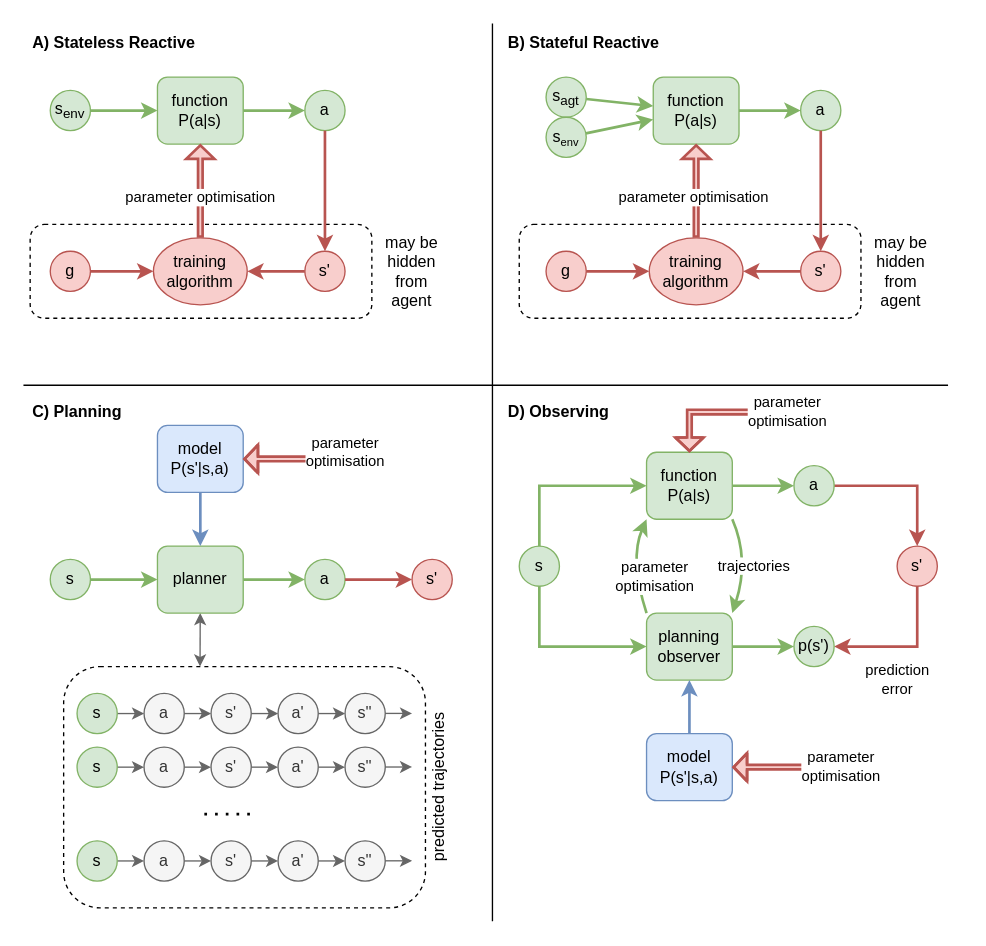
Earlier version of the draw.io diagram page "ext-control-algs" (2 of 11) of files/A-coherent-theory-v1.drawio (malcolmlett/malcolmlett.github.io). Source tidied: cells renumbered, new cells numbered last; positions are measured from the earlier drawing's top-left corner, leaving out a move shared by most shapes. Both pictures are drawn from the tidied source at 134%, with x=0, y=0 at pixel (23, 23).
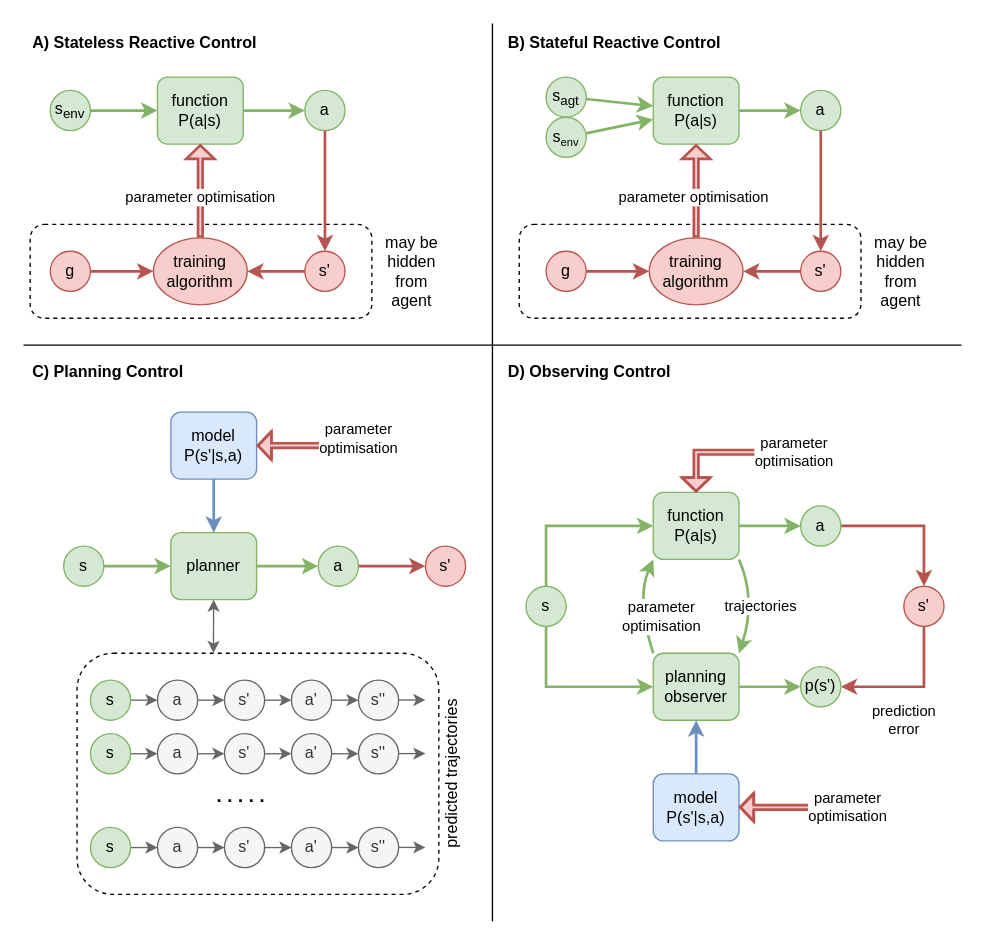
The same diagram, later.

Commit message (it also covers changes not shown here):
WIP cp-control-algs

Diff of the diagram source:
```diff
@@
-    <mxCell id="11" value="&lt;b&gt;A) Stateless Reactive&lt;/b&gt;" style="text;html=1;strokeColor=none;fillColor=none;align=left;verticalAlign=middle;whiteSpace=wrap;rounded=0;" parent="1" vertex="1">
-      <mxGeometry x="5" width="130" height="30" as="geometry" />
+    <mxCell id="11" value="&lt;b&gt;A) Stateless Reactive Control&lt;/b&gt;" style="text;html=1;strokeColor=none;fillColor=none;align=left;verticalAlign=middle;whiteSpace=wrap;rounded=0;" parent="1" vertex="1">
+      <mxGeometry x="5" width="255" height="30" as="geometry" />
     </mxCell>
@@
-    <mxCell id="22" value="&lt;b&gt;B) Stateful Reactive&lt;/b&gt;" style="text;html=1;strokeColor=none;fillColor=none;align=left;verticalAlign=middle;whiteSpace=wrap;rounded=0;" parent="1" vertex="1">
-      <mxGeometry x="360" width="130" height="30" as="geometry" />
+    <mxCell id="22" value="&lt;b&gt;B) Stateful Reactive Control&lt;/b&gt;" style="text;html=1;strokeColor=none;fillColor=none;align=left;verticalAlign=middle;whiteSpace=wrap;rounded=0;" parent="1" vertex="1">
+      <mxGeometry x="360" width="260" height="30" as="geometry" />
     </mxCell>
@@
     <mxCell id="31" value="planner" style="rounded=1;whiteSpace=wrap;html=1;fillColor=#d5e8d4;strokeColor=#82b366;" parent="1" vertex="1">
-      <mxGeometry x="100" y="390" width="64" height="50" as="geometry" />
+      <mxGeometry x="110" y="380" width="64" height="50" as="geometry" />
     </mxCell>
     <mxCell id="32" value="a" style="ellipse;whiteSpace=wrap;html=1;fillColor=#d5e8d4;strokeColor=#82b366;" parent="1" vertex="1">
-      <mxGeometry x="210" y="400" width="30" height="30" as="geometry" />
+      <mxGeometry x="220" y="390" width="30" height="30" as="geometry" />
     </mxCell>
     <mxCell id="33" value="s" style="ellipse;whiteSpace=wrap;html=1;fillColor=#d5e8d4;strokeColor=#82b366;" parent="1" vertex="1">
-      <mxGeometry x="20" y="400" width="30" height="30" as="geometry" />
+      <mxGeometry x="30" y="390" width="30" height="30" as="geometry" />
     </mxCell>
@@
-    <mxCell id="35" value="&lt;b&gt;C) Planning&lt;/b&gt;" style="text;html=1;strokeColor=none;fillColor=none;align=left;verticalAlign=middle;whiteSpace=wrap;rounded=0;" parent="1" vertex="1">
-      <mxGeometry x="5" y="280" width="130" height="20" as="geometry" />
+    <mxCell id="35" value="&lt;b&gt;C) Planning Control&lt;/b&gt;" style="text;html=1;strokeColor=none;fillColor=none;align=left;verticalAlign=middle;whiteSpace=wrap;rounded=0;" parent="1" vertex="1">
+      <mxGeometry x="5" y="250" width="235" height="20" as="geometry" />
     </mxCell>
     <mxCell id="36" style="endArrow=none;html=1;rounded=0;strokeWidth=1;" parent="1" edge="1">
       <mxGeometry relative="1" as="geometry">
-        <mxPoint y="270" as="sourcePoint" />
-        <mxPoint x="690" y="270" as="targetPoint" />
+        <mxPoint y="240" as="sourcePoint" />
+        <mxPoint x="700" y="240" as="targetPoint" />
       </mxGeometry>
     </mxCell>
@@
     <mxCell id="38" value="model&lt;br&gt;P(s'|s,a)" style="rounded=1;whiteSpace=wrap;html=1;fillColor=#dae8fc;strokeColor=#6c8ebf;" parent="1" vertex="1">
-      <mxGeometry x="100" y="300" width="64" height="50" as="geometry" />
+      <mxGeometry x="110" y="290" width="64" height="50" as="geometry" />
     </mxCell>
     <mxCell id="39" value="s'" style="ellipse;whiteSpace=wrap;html=1;fillColor=#f8cecc;strokeColor=#b85450;" parent="1" vertex="1">
-      <mxGeometry x="290" y="400" width="30" height="30" as="geometry" />
+      <mxGeometry x="300" y="390" width="30" height="30" as="geometry" />
     </mxCell>
@@
     <mxCell id="41" value="parameter&lt;br&gt;optimisation" style="edgeStyle=orthogonalEdgeStyle;rounded=0;jettySize=auto;html=1;strokeWidth=2;fillColor=#f8cecc;strokeColor=#b85450;shape=flexArrow;width=2.4;endSize=2.67;endWidth=15.6;entryX=1;entryY=0.5;entryDx=0;entryDy=0;" parent="1" edge="1" target="38">
       <mxGeometry x="-0.88" y="-5" relative="1" as="geometry">
-        <mxPoint x="240" y="330" as="sourcePoint" />
+        <mxPoint x="250" y="320" as="sourcePoint" />
         <Array as="points">
-          <mxPoint x="240" y="325" />
+          <mxPoint x="250" y="315" />
         </Array>
       </mxGeometry>
     </mxCell>
@@
     <mxCell id="46" style="rounded=1;whiteSpace=wrap;html=1;dashed=1;" parent="1" vertex="1">
-      <mxGeometry x="30" y="480" width="270" height="180" as="geometry" />
+      <mxGeometry x="40" y="470" width="270" height="180" as="geometry" />
     </mxCell>
@@
     <mxCell id="48" value="s" style="ellipse;whiteSpace=wrap;html=1;fillColor=#d5e8d4;strokeColor=#82b366;" parent="1" vertex="1">
-      <mxGeometry x="40" y="500" width="30" height="30" as="geometry" />
+      <mxGeometry x="50" y="490" width="30" height="30" as="geometry" />
     </mxCell>
@@
     <mxCell id="50" value="a" style="ellipse;whiteSpace=wrap;html=1;fillColor=#f5f5f5;strokeColor=#666666;fontColor=#333333;" parent="1" vertex="1">
-      <mxGeometry x="90" y="500" width="30" height="30" as="geometry" />
+      <mxGeometry x="100" y="490" width="30" height="30" as="geometry" />
     </mxCell>
@@
     <mxCell id="52" value="s'" style="ellipse;whiteSpace=wrap;html=1;fillColor=#f5f5f5;strokeColor=#666666;fontColor=#333333;" parent="1" vertex="1">
-      <mxGeometry x="140" y="500" width="30" height="30" as="geometry" />
+      <mxGeometry x="150" y="490" width="30" height="30" as="geometry" />
     </mxCell>
@@
     <mxCell id="54" value="a'" style="ellipse;whiteSpace=wrap;html=1;fillColor=#f5f5f5;strokeColor=#666666;fontColor=#333333;" parent="1" vertex="1">
-      <mxGeometry x="190" y="500" width="30" height="30" as="geometry" />
+      <mxGeometry x="200" y="490" width="30" height="30" as="geometry" />
     </mxCell>
     <mxCell id="55" value="s''" style="ellipse;whiteSpace=wrap;html=1;fillColor=#f5f5f5;strokeColor=#666666;fontColor=#333333;" parent="1" vertex="1">
-      <mxGeometry x="240" y="500" width="30" height="30" as="geometry" />
+      <mxGeometry x="250" y="490" width="30" height="30" as="geometry" />
     </mxCell>
@@
     <mxCell id="57" value="s" style="ellipse;whiteSpace=wrap;html=1;fillColor=#d5e8d4;strokeColor=#82b366;" parent="1" vertex="1">
-      <mxGeometry x="40" y="540" width="30" height="30" as="geometry" />
+      <mxGeometry x="50" y="530" width="30" height="30" as="geometry" />
     </mxCell>
@@
     <mxCell id="59" value="a" style="ellipse;whiteSpace=wrap;html=1;fillColor=#f5f5f5;strokeColor=#666666;fontColor=#333333;" parent="1" vertex="1">
-      <mxGeometry x="90" y="540" width="30" height="30" as="geometry" />
+      <mxGeometry x="100" y="530" width="30" height="30" as="geometry" />
     </mxCell>
@@
     <mxCell id="61" value="s'" style="ellipse;whiteSpace=wrap;html=1;fillColor=#f5f5f5;strokeColor=#666666;fontColor=#333333;" parent="1" vertex="1">
-      <mxGeometry x="140" y="540" width="30" height="30" as="geometry" />
+      <mxGeometry x="150" y="530" width="30" height="30" as="geometry" />
     </mxCell>
@@
     <mxCell id="63" value="a'" style="ellipse;whiteSpace=wrap;html=1;fillColor=#f5f5f5;strokeColor=#666666;fontColor=#333333;" parent="1" vertex="1">
-      <mxGeometry x="190" y="540" width="30" height="30" as="geometry" />
+      <mxGeometry x="200" y="530" width="30" height="30" as="geometry" />
     </mxCell>
     <mxCell id="64" value="s''" style="ellipse;whiteSpace=wrap;html=1;fillColor=#f5f5f5;strokeColor=#666666;fontColor=#333333;" parent="1" vertex="1">
-      <mxGeometry x="240" y="540" width="30" height="30" as="geometry" />
+      <mxGeometry x="250" y="530" width="30" height="30" as="geometry" />
     </mxCell>
@@
     <mxCell id="66" value="s" style="ellipse;whiteSpace=wrap;html=1;fillColor=#d5e8d4;strokeColor=#82b366;" parent="1" vertex="1">
-      <mxGeometry x="40" y="610" width="30" height="30" as="geometry" />
+      <mxGeometry x="50" y="600" width="30" height="30" as="geometry" />
     </mxCell>
@@
     <mxCell id="68" value="a" style="ellipse;whiteSpace=wrap;html=1;fillColor=#f5f5f5;strokeColor=#666666;fontColor=#333333;" parent="1" vertex="1">
-      <mxGeometry x="90" y="610" width="30" height="30" as="geometry" />
+      <mxGeometry x="100" y="600" width="30" height="30" as="geometry" />
     </mxCell>
@@
     <mxCell id="70" value="s'" style="ellipse;whiteSpace=wrap;html=1;fillColor=#f5f5f5;strokeColor=#666666;fontColor=#333333;" parent="1" vertex="1">
-      <mxGeometry x="140" y="610" width="30" height="30" as="geometry" />
+      <mxGeometry x="150" y="600" width="30" height="30" as="geometry" />
     </mxCell>
@@
     <mxCell id="72" value="a'" style="ellipse;whiteSpace=wrap;html=1;fillColor=#f5f5f5;strokeColor=#666666;fontColor=#333333;" parent="1" vertex="1">
-      <mxGeometry x="190" y="610" width="30" height="30" as="geometry" />
+      <mxGeometry x="200" y="600" width="30" height="30" as="geometry" />
     </mxCell>
     <mxCell id="73" value="s''" style="ellipse;whiteSpace=wrap;html=1;fillColor=#f5f5f5;strokeColor=#666666;fontColor=#333333;" parent="1" vertex="1">
-      <mxGeometry x="240" y="610" width="30" height="30" as="geometry" />
+      <mxGeometry x="250" y="600" width="30" height="30" as="geometry" />
     </mxCell>
     <mxCell id="74" style="endArrow=none;dashed=1;html=1;dashPattern=1 3;strokeWidth=2;rounded=0;" parent="1" edge="1">
       <mxGeometry relative="1" as="geometry">
-        <mxPoint x="135" y="590" as="sourcePoint" />
-        <mxPoint x="175" y="590" as="targetPoint" />
+        <mxPoint x="145" y="580" as="sourcePoint" />
+        <mxPoint x="185" y="580" as="targetPoint" />
       </mxGeometry>
     </mxCell>
     <mxCell id="75" style="edgeStyle=none;rounded=0;orthogonalLoop=1;jettySize=auto;html=1;strokeWidth=1;endArrow=classic;endFill=1;fillColor=#f5f5f5;strokeColor=#666666;" parent="1" edge="1">
       <mxGeometry relative="1" as="geometry">
-        <mxPoint x="270" y="514.9" as="sourcePoint" />
-        <mxPoint x="290" y="514.9" as="targetPoint" />
+        <mxPoint x="280" y="504.9" as="sourcePoint" />
+        <mxPoint x="300" y="504.9" as="targetPoint" />
       </mxGeometry>
     </mxCell>
     <mxCell id="76" style="edgeStyle=none;rounded=0;orthogonalLoop=1;jettySize=auto;html=1;strokeWidth=1;endArrow=classic;endFill=1;fillColor=#f5f5f5;strokeColor=#666666;" parent="1" edge="1">
       <mxGeometry relative="1" as="geometry">
-        <mxPoint x="270" y="554.9" as="sourcePoint" />
-        <mxPoint x="290" y="554.9" as="targetPoint" />
+        <mxPoint x="280" y="544.9" as="sourcePoint" />
+        <mxPoint x="300" y="544.9" as="targetPoint" />
       </mxGeometry>
     </mxCell>
     <mxCell id="77" style="edgeStyle=none;rounded=0;orthogonalLoop=1;jettySize=auto;html=1;strokeWidth=1;endArrow=classic;endFill=1;fillColor=#f5f5f5;strokeColor=#666666;" parent="1" edge="1">
       <mxGeometry relative="1" as="geometry">
-        <mxPoint x="270" y="624.9" as="sourcePoint" />
-        <mxPoint x="290" y="624.9" as="targetPoint" />
+        <mxPoint x="280" y="614.9" as="sourcePoint" />
+        <mxPoint x="300" y="614.9" as="targetPoint" />
       </mxGeometry>
     </mxCell>
     <mxCell id="78" value="predicted trajectories" style="text;html=1;strokeColor=none;fillColor=none;align=center;verticalAlign=middle;whiteSpace=wrap;rounded=0;horizontal=0;" parent="1" vertex="1">
-      <mxGeometry x="300" y="500" width="20" height="140" as="geometry" />
+      <mxGeometry x="310" y="490" width="20" height="140" as="geometry" />
     </mxCell>
@@
-    <mxCell id="81" value="&lt;b&gt;D) Observing&lt;/b&gt;" style="text;html=1;strokeColor=none;fillColor=none;align=left;verticalAlign=middle;whiteSpace=wrap;rounded=0;" parent="1" vertex="1">
-      <mxGeometry x="360" y="280" width="130" height="20" as="geometry" />
+    <mxCell id="81" value="&lt;b&gt;D) Observing Control&lt;/b&gt;" style="text;html=1;strokeColor=none;fillColor=none;align=left;verticalAlign=middle;whiteSpace=wrap;rounded=0;" parent="1" vertex="1">
+      <mxGeometry x="360" y="250" width="130" height="20" as="geometry" />
     </mxCell>
@@
     <mxCell id="83" style="edgeStyle=none;jettySize=auto;html=1;entryX=1;entryY=0;entryDx=0;entryDy=0;strokeWidth=2;startArrow=none;startFill=0;endArrow=classic;endFill=1;exitX=1;exitY=1;exitDx=0;exitDy=0;fillColor=#d5e8d4;strokeColor=#82b366;curved=1;" parent="1" edge="1" source="85" target="94">
       <mxGeometry relative="1" as="geometry">
         <Array as="points">
-          <mxPoint x="542" y="400" />
+          <mxPoint x="547" y="430" />
         </Array>
       </mxGeometry>
     </mxCell>
@@
     <mxCell id="85" value="function&lt;br&gt;P(a|s)" style="rounded=1;whiteSpace=wrap;html=1;fillColor=#d5e8d4;strokeColor=#82b366;" parent="1" vertex="1">
-      <mxGeometry x="465" y="320" width="64" height="50" as="geometry" />
+      <mxGeometry x="470" y="350" width="64" height="50" as="geometry" />
     </mxCell>
     <mxCell id="86" style="edgeStyle=orthogonalEdgeStyle;jettySize=auto;html=1;strokeWidth=2;startArrow=none;startFill=0;endArrow=classic;endFill=1;fillColor=#f8cecc;strokeColor=#b85450;rounded=0;" parent="1" edge="1" source="87" target="97">
       <mxGeometry relative="1" as="geometry">
         <Array as="points">
-          <mxPoint x="667" y="345" />
+          <mxPoint x="672" y="375" />
         </Array>
       </mxGeometry>
     </mxCell>
     <mxCell id="87" value="a" style="ellipse;whiteSpace=wrap;html=1;fillColor=#d5e8d4;strokeColor=#82b366;" parent="1" vertex="1">
-      <mxGeometry x="575" y="330" width="30" height="30" as="geometry" />
+      <mxGeometry x="580" y="360" width="30" height="30" as="geometry" />
     </mxCell>
     <mxCell id="88" style="edgeStyle=orthogonalEdgeStyle;jettySize=auto;html=1;entryX=0;entryY=0.5;entryDx=0;entryDy=0;strokeWidth=2;startArrow=none;startFill=0;endArrow=classic;endFill=1;fillColor=#d5e8d4;strokeColor=#82b366;rounded=0;exitX=0.5;exitY=1;exitDx=0;exitDy=0;" parent="1" edge="1" source="89" target="94">
       <mxGeometry relative="1" as="geometry">
         <Array as="points">
-          <mxPoint x="385" y="465" />
+          <mxPoint x="390" y="495" />
         </Array>
       </mxGeometry>
     </mxCell>
     <mxCell id="89" value="s" style="ellipse;whiteSpace=wrap;html=1;fillColor=#d5e8d4;strokeColor=#82b366;" parent="1" vertex="1">
-      <mxGeometry x="370" y="390" width="30" height="30" as="geometry" />
+      <mxGeometry x="375" y="420" width="30" height="30" as="geometry" />
     </mxCell>
     <mxCell id="90" style="rounded=0;jettySize=auto;html=1;strokeWidth=2;fillColor=#d5e8d4;strokeColor=#82b366;endArrow=classic;entryX=0;entryY=0.5;entryDx=0;entryDy=0;endFill=1;edgeStyle=orthogonalEdgeStyle;" parent="1" edge="1" source="89" target="85">
       <mxGeometry relative="1" as="geometry">
         <Array as="points">
-          <mxPoint x="385" y="345" />
+          <mxPoint x="390" y="375" />
         </Array>
       </mxGeometry>
     </mxCell>
@@
     <mxCell id="92" style="edgeStyle=none;curved=1;jettySize=auto;html=1;entryX=0;entryY=1;entryDx=0;entryDy=0;strokeWidth=2;startArrow=none;startFill=0;endArrow=classic;endFill=1;exitX=0;exitY=0;exitDx=0;exitDy=0;fillColor=#d5e8d4;strokeColor=#82b366;" parent="1" edge="1" source="94" target="85">
       <mxGeometry relative="1" as="geometry">
         <Array as="points">
-          <mxPoint x="452" y="400" />
+          <mxPoint x="457" y="430" />
         </Array>
       </mxGeometry>
     </mxCell>
@@
     <mxCell id="94" value="planning&lt;br&gt;observer" style="rounded=1;whiteSpace=wrap;html=1;fillColor=#d5e8d4;strokeColor=#82b366;" parent="1" vertex="1">
-      <mxGeometry x="465" y="440" width="64" height="50" as="geometry" />
+      <mxGeometry x="470" y="470" width="64" height="50" as="geometry" />
     </mxCell>
     <mxCell id="95" value="prediction&lt;br&gt;error" style="rounded=0;jettySize=auto;html=1;strokeWidth=2;startArrow=classic;startFill=1;endArrow=none;endFill=0;edgeStyle=orthogonalEdgeStyle;fillColor=#f8cecc;strokeColor=#b85450;" parent="1" edge="1" source="96" target="97">
       <mxGeometry x="-0.12" y="-25" relative="1" as="geometry">
         <Array as="points">
-          <mxPoint x="667" y="465" />
+          <mxPoint x="672" y="495" />
         </Array>
       </mxGeometry>
     </mxCell>
     <mxCell id="96" value="p(s')" style="ellipse;whiteSpace=wrap;html=1;fillColor=#d5e8d4;strokeColor=#82b366;" parent="1" vertex="1">
-      <mxGeometry x="575" y="450" width="30" height="30" as="geometry" />
+      <mxGeometry x="580" y="480" width="30" height="30" as="geometry" />
     </mxCell>
     <mxCell id="97" value="s'" style="ellipse;whiteSpace=wrap;html=1;fillColor=#f8cecc;strokeColor=#b85450;" parent="1" vertex="1">
-      <mxGeometry x="652" y="390" width="30" height="30" as="geometry" />
+      <mxGeometry x="657" y="420" width="30" height="30" as="geometry" />
     </mxCell>
@@
     <mxCell id="99" value="model&lt;br&gt;P(s'|s,a)" style="rounded=1;whiteSpace=wrap;html=1;fillColor=#dae8fc;strokeColor=#6c8ebf;" parent="1" vertex="1">
-      <mxGeometry x="465" y="530" width="64" height="50" as="geometry" />
+      <mxGeometry x="470" y="560" width="64" height="50" as="geometry" />
     </mxCell>
     <mxCell id="100" value="parameter&lt;br&gt;optimisation" style="edgeStyle=orthogonalEdgeStyle;rounded=0;jettySize=auto;html=1;strokeWidth=2;fillColor=#f8cecc;strokeColor=#b85450;shape=flexArrow;width=2.4;endSize=2.67;endWidth=15.6;entryX=0.5;entryY=0;entryDx=0;entryDy=0;" parent="1" edge="1" target="85">
       <mxGeometry x="-1" relative="1" as="geometry">
-        <mxPoint x="570" y="290" as="sourcePoint" />
+        <mxPoint x="575" y="320" as="sourcePoint" />
         <Array as="points">
-          <mxPoint x="497" y="290" />
+          <mxPoint x="502" y="320" />
         </Array>
       </mxGeometry>
     </mxCell>
     <mxCell id="101" value="parameter&lt;br&gt;optimisation" style="edgeStyle=orthogonalEdgeStyle;rounded=0;jettySize=auto;html=1;strokeWidth=2;fillColor=#f8cecc;strokeColor=#b85450;shape=flexArrow;width=2.4;endSize=2.67;endWidth=15.6;entryX=1;entryY=0.5;entryDx=0;entryDy=0;" parent="1" edge="1" target="99">
       <mxGeometry x="-0.88" relative="1" as="geometry">
-        <mxPoint x="610" y="560" as="sourcePoint" />
+        <mxPoint x="615" y="590" as="sourcePoint" />
         <Array as="points">
-          <mxPoint x="610" y="555" />
+          <mxPoint x="615" y="585" />
         </Array>
       </mxGeometry>
     </mxCell>
```
